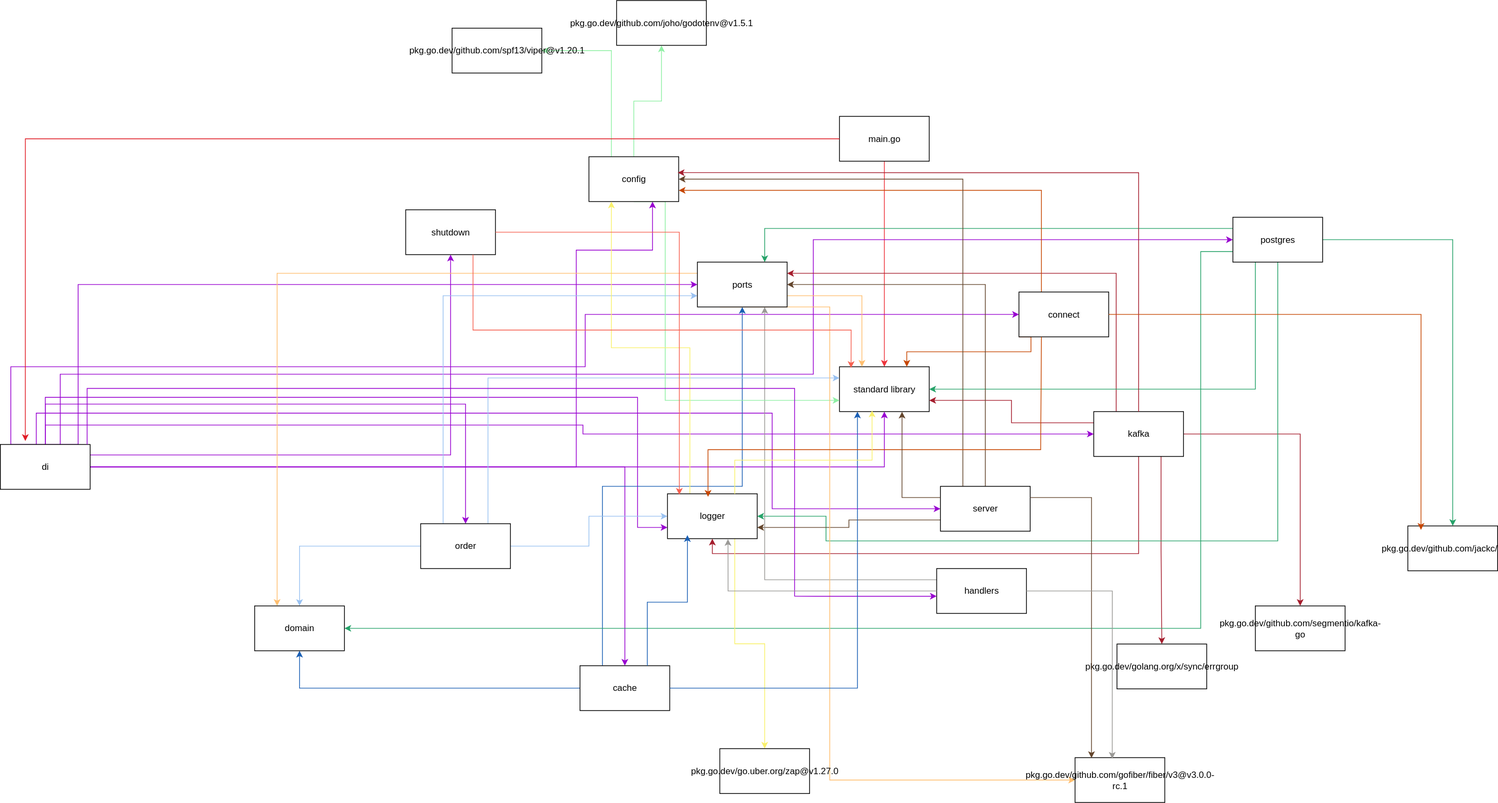
The draw.io diagram docs/scheme/dependency_go_package_diagram.svg in flexer2006/l0-wb-techno-school-go, before a commit. Source tidied: cells renumbered, new cells last; positions are measured from the earlier drawing's top-left corner, leaving out a move shared by most shapes.
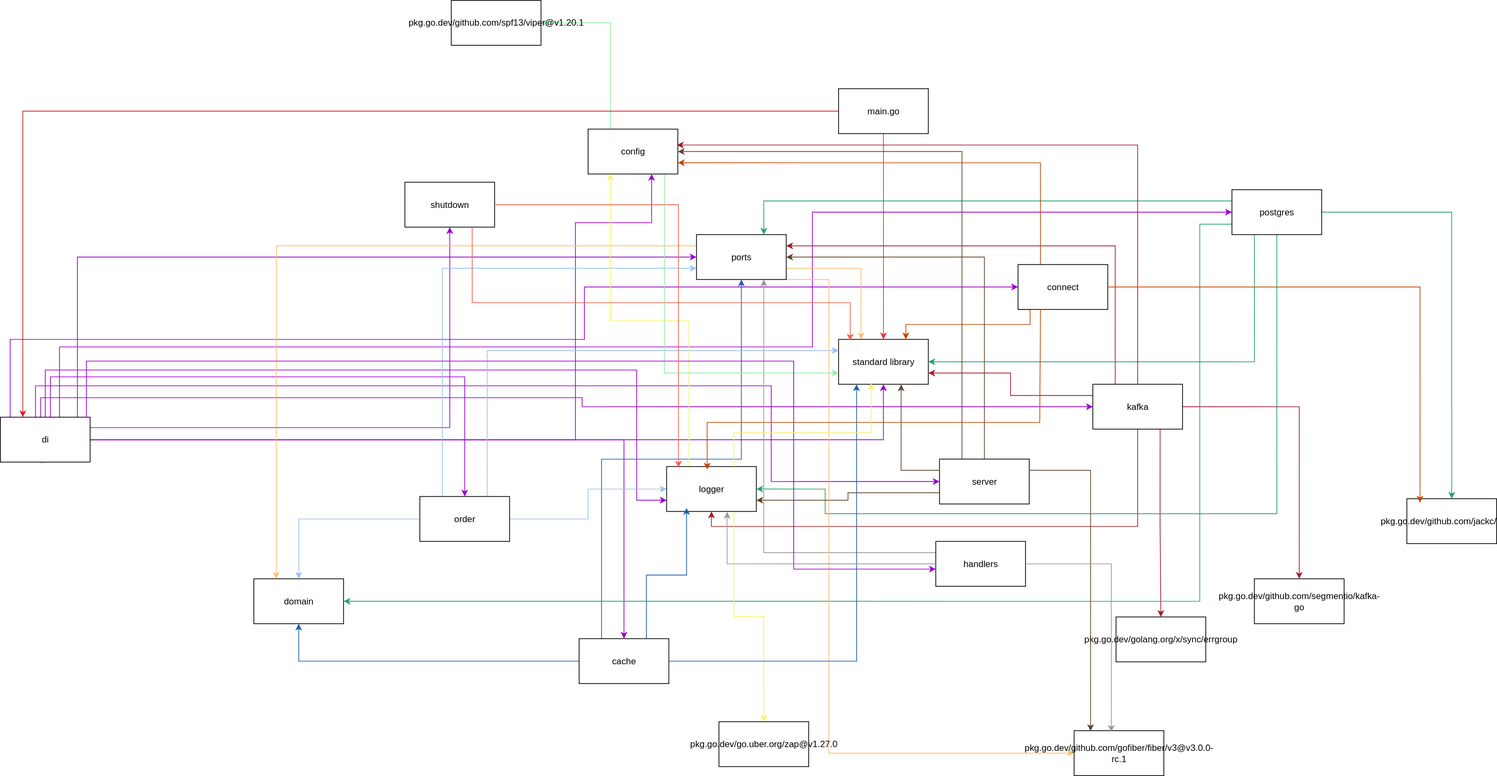
Above is the later version.

Change to the diagram source:
```diff
@@ -41,6 +41,7 @@
     <mxCell id="9" style="edgeStyle=orthogonalEdgeStyle;rounded=0;jettySize=auto;html=1;entryX=0.5;entryY=0;entryDx=0;entryDy=0;strokeColor=light-dark(#9800d0, #ededed);" parent="1" edge="1" source="16" target="45">
       <mxGeometry relative="1" as="geometry">
         <Array as="points">
+          <mxPoint x="68" y="540" />
           <mxPoint x="622" y="540" />
         </Array>
       </mxGeometry>
@@ -87,14 +88,15 @@
     <mxCell id="15" style="edgeStyle=orthogonalEdgeStyle;rounded=0;jettySize=auto;html=1;entryX=0;entryY=0.5;entryDx=0;entryDy=0;exitX=0.5;exitY=1;exitDx=0;exitDy=0;strokeColor=light-dark(#9800d0, #ededed);" parent="1" edge="1" source="16" target="25">
       <mxGeometry relative="1" as="geometry">
         <Array as="points">
-          <mxPoint x="60" y="568" />
+          <mxPoint x="55" y="654" />
+          <mxPoint x="55" y="568" />
           <mxPoint x="779" y="568" />
           <mxPoint x="779" y="580" />
         </Array>
       </mxGeometry>
     </mxCell>
     <mxCell id="16" value="di" style="rounded=0;whiteSpace=wrap;html=1;" parent="1" vertex="1">
-      <mxGeometry y="594" width="120" height="60" as="geometry" />
+      <mxGeometry x="1" y="594" width="120" height="60" as="geometry" />
     </mxCell>
     <mxCell id="17" style="edgeStyle=orthogonalEdgeStyle;rounded=0;jettySize=auto;html=1;entryX=0.5;entryY=1;entryDx=0;entryDy=0;strokeColor=light-dark(#1a5fb4, #ededed);" parent="1" edge="1" source="19" target="61">
       <mxGeometry relative="1" as="geometry" />
@@ -213,9 +215,6 @@
         </Array>
       </mxGeometry>
     </mxCell>
-    <mxCell id="47" style="edgeStyle=orthogonalEdgeStyle;rounded=0;jettySize=auto;html=1;entryX=0.5;entryY=1;entryDx=0;entryDy=0;strokeColor=light-dark(#8ff0a4, #ededed);" parent="1" edge="1" source="49" target="73">
-      <mxGeometry relative="1" as="geometry" />
-    </mxCell>
     <mxCell id="48" style="edgeStyle=orthogonalEdgeStyle;rounded=0;jettySize=auto;html=1;exitX=0.25;exitY=0;exitDx=0;exitDy=0;entryX=1;entryY=0.5;entryDx=0;entryDy=0;strokeColor=light-dark(#8ff0a4, #ededed);" parent="1" edge="1" source="49" target="74">
       <mxGeometry relative="1" as="geometry" />
     </mxCell>
@@ -260,7 +259,7 @@
         </Array>
       </mxGeometry>
     </mxCell>
-    <mxCell id="59" style="edgeStyle=orthogonalEdgeStyle;rounded=0;jettySize=auto;html=1;entryX=0.278;entryY=-0.078;entryDx=0;entryDy=0;entryPerimeter=0;strokeColor=light-dark(#e01b24, #ededed);" parent="1" edge="1" source="3" target="16">
+    <mxCell id="59" style="edgeStyle=orthogonalEdgeStyle;rounded=0;jettySize=auto;html=1;entryX=0.25;entryY=0;entryDx=0;entryDy=0;strokeColor=light-dark(#e01b24, #ededed);" parent="1" edge="1" source="3" target="16">
       <mxGeometry relative="1" as="geometry" />
     </mxCell>
     <mxCell id="60" style="edgeStyle=orthogonalEdgeStyle;rounded=0;jettySize=auto;html=1;entryX=0.2;entryY=1;entryDx=0;entryDy=0;entryPerimeter=0;strokeColor=light-dark(#1a5fb4, #ededed);" parent="1" edge="1" source="19" target="4">
@@ -312,9 +311,6 @@
     <mxCell id="72" style="edgeStyle=orthogonalEdgeStyle;rounded=0;jettySize=auto;html=1;exitX=0;exitY=0.5;exitDx=0;exitDy=0;entryX=0.674;entryY=1.009;entryDx=0;entryDy=0;entryPerimeter=0;strokeColor=light-dark(#9a9996, #ededed);" parent="1" edge="1" source="40" target="52">
       <mxGeometry relative="1" as="geometry" />
     </mxCell>
-    <mxCell id="73" value="pkg.go.dev/github.com/joho/godotenv@v1.5.1" style="rounded=0;whiteSpace=wrap;html=1;" parent="1" vertex="1">
-      <mxGeometry x="824" width="120" height="60" as="geometry" />
-    </mxCell>
     <mxCell id="74" value="pkg.go.dev/github.com/spf13/viper@v1.20.1" style="rounded=0;whiteSpace=wrap;html=1;" parent="1" vertex="1">
       <mxGeometry x="604" y="37" width="120" height="60" as="geometry" />
     </mxCell>
```
